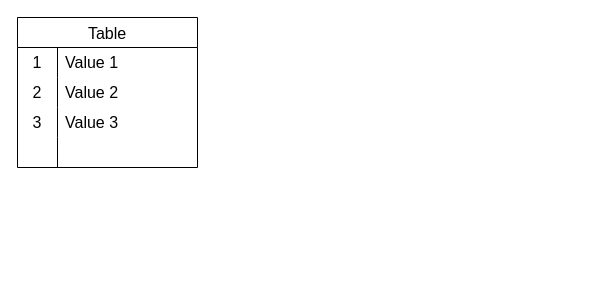
Arthurbart/MoniTorrei keeps this draw.io diagram as Monitorrei.drawio. Above is the earlier version. Source tidied: cells renumbered, new cells numbered last; positions are measured from the earlier drawing's top-left corner, leaving out a move shared by most shapes. Both pictures are drawn from the tidied source at 100%, with x=0, y=0 at pixel (17, 17).
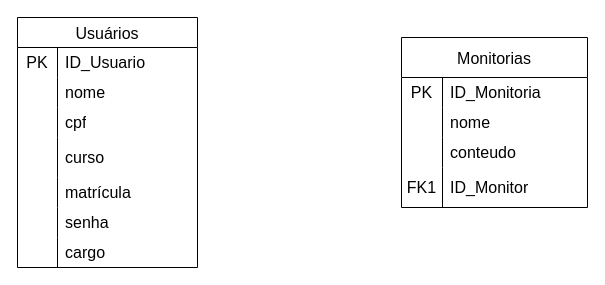
The same page after the edit.

Unchanged cells that the change refers to:
```xml
<mxCell id="3" style="shape=tableRow;horizontal=0;startSize=0;swimlaneHead=0;swimlaneBody=0;top=0;left=0;bottom=0;right=0;fillColor=none;strokeColor=inherit;fontSize=16;" parent="2" vertex="1">
  <mxGeometry y="30" width="180" height="30" as="geometry" />
</mxCell>
<mxCell id="6" style="shape=tableRow;horizontal=0;startSize=0;swimlaneHead=0;swimlaneBody=0;top=0;left=0;bottom=0;right=0;fillColor=none;strokeColor=inherit;fontSize=16;" parent="2" vertex="1">
  <mxGeometry y="60" width="180" height="30" as="geometry" />
</mxCell>
<mxCell id="9" style="shape=tableRow;horizontal=0;startSize=0;swimlaneHead=0;swimlaneBody=0;top=0;left=0;bottom=0;right=0;fillColor=none;strokeColor=inherit;fontSize=16;" parent="2" vertex="1">
  <mxGeometry y="90" width="180" height="30" as="geometry" />
</mxCell>
```

Change to the diagram source:
```diff
@@
-    <mxCell id="2" value="Table" style="shape=table;startSize=30;childLayout=tableLayout;rowLines=0;fontStyle=0;strokeColor=default;fontSize=16;" parent="1" vertex="1">
-      <mxGeometry width="180" height="150" as="geometry" />
+    <mxCell id="2" value="Usuários" style="shape=table;startSize=30;childLayout=tableLayout;rowLines=0;fontStyle=0;strokeColor=default;fontSize=16;" parent="1" vertex="1">
+      <mxGeometry width="180" height="250" as="geometry" />
     </mxCell>
@@
-    <mxCell id="4" value="1" style="shape=partialRectangle;html=1;whiteSpace=wrap;fillColor=none;top=0;left=0;bottom=0;right=0;overflow=hidden;strokeColor=inherit;fontSize=16;" parent="3" vertex="1">
+    <mxCell id="4" value="PK" style="shape=partialRectangle;html=1;whiteSpace=wrap;fillColor=none;top=0;left=0;bottom=0;right=0;overflow=hidden;strokeColor=inherit;fontSize=16;" parent="3" vertex="1">
       <mxGeometry width="40" height="30" as="geometry" />
     </mxCell>
-    <mxCell id="5" value="Value 1" style="shape=partialRectangle;html=1;whiteSpace=wrap;fillColor=none;top=0;left=0;bottom=0;right=0;align=left;spacingLeft=6;overflow=hidden;strokeColor=inherit;fontSize=16;" parent="3" vertex="1">
+    <mxCell id="5" value="ID_Usuario" style="shape=partialRectangle;html=1;whiteSpace=wrap;fillColor=none;top=0;left=0;bottom=0;right=0;align=left;spacingLeft=6;overflow=hidden;strokeColor=inherit;fontSize=16;" parent="3" vertex="1">
       <mxGeometry x="40" width="140" height="30" as="geometry" />
     </mxCell>
@@
-    <mxCell id="7" value="2" style="shape=partialRectangle;html=1;whiteSpace=wrap;fillColor=none;top=0;left=0;bottom=0;right=0;overflow=hidden;strokeColor=inherit;fontSize=16;" parent="6" vertex="1">
+    <mxCell id="7" style="shape=partialRectangle;html=1;whiteSpace=wrap;fillColor=none;top=0;left=0;bottom=0;right=0;overflow=hidden;strokeColor=inherit;fontSize=16;" parent="6" vertex="1">
       <mxGeometry width="40" height="30" as="geometry" />
     </mxCell>
-    <mxCell id="8" value="Value 2" style="shape=partialRectangle;html=1;whiteSpace=wrap;fillColor=none;top=0;left=0;bottom=0;right=0;align=left;spacingLeft=6;overflow=hidden;strokeColor=inherit;fontSize=16;" parent="6" vertex="1">
+    <mxCell id="8" value="nome" style="shape=partialRectangle;html=1;whiteSpace=wrap;fillColor=none;top=0;left=0;bottom=0;right=0;align=left;spacingLeft=6;overflow=hidden;strokeColor=inherit;fontSize=16;" parent="6" vertex="1">
       <mxGeometry x="40" width="140" height="30" as="geometry" />
     </mxCell>
@@
-    <mxCell id="10" value="3" style="shape=partialRectangle;html=1;whiteSpace=wrap;fillColor=none;top=0;left=0;bottom=0;right=0;overflow=hidden;strokeColor=inherit;fontSize=16;" parent="9" vertex="1">
+    <mxCell id="10" style="shape=partialRectangle;html=1;whiteSpace=wrap;fillColor=none;top=0;left=0;bottom=0;right=0;overflow=hidden;strokeColor=inherit;fontSize=16;" parent="9" vertex="1">
       <mxGeometry width="40" height="30" as="geometry" />
     </mxCell>
-    <mxCell id="11" value="Value 3" style="shape=partialRectangle;html=1;whiteSpace=wrap;fillColor=none;top=0;left=0;bottom=0;right=0;align=left;spacingLeft=6;overflow=hidden;strokeColor=inherit;fontSize=16;" parent="9" vertex="1">
+    <mxCell id="11" value="cpf" style="shape=partialRectangle;html=1;whiteSpace=wrap;fillColor=none;top=0;left=0;bottom=0;right=0;align=left;spacingLeft=6;overflow=hidden;strokeColor=inherit;fontSize=16;" parent="9" vertex="1">
       <mxGeometry x="40" width="140" height="30" as="geometry" />
     </mxCell>
     <mxCell id="12" style="shape=tableRow;horizontal=0;startSize=0;swimlaneHead=0;swimlaneBody=0;top=0;left=0;bottom=0;right=0;fillColor=none;strokeColor=inherit;fontSize=16;" parent="2" vertex="1">
-      <mxGeometry y="120" width="180" height="30" as="geometry" />
+      <mxGeometry y="120" width="180" height="40" as="geometry" />
     </mxCell>
     <mxCell id="13" style="shape=partialRectangle;html=1;whiteSpace=wrap;fillColor=none;top=0;left=0;bottom=0;right=0;overflow=hidden;strokeColor=inherit;fontSize=16;" parent="12" vertex="1">
-      <mxGeometry width="40" height="30" as="geometry" />
+      <mxGeometry width="40" height="40" as="geometry" />
     </mxCell>
-    <mxCell id="14" style="shape=partialRectangle;html=1;whiteSpace=wrap;fillColor=none;top=0;left=0;bottom=0;right=0;align=left;spacingLeft=6;overflow=hidden;strokeColor=inherit;fontSize=16;" parent="12" vertex="1">
-      <mxGeometry x="40" width="140" height="30" as="geometry" />
+    <mxCell id="14" value="curso" style="shape=partialRectangle;html=1;whiteSpace=wrap;fillColor=none;top=0;left=0;bottom=0;right=0;align=left;spacingLeft=6;overflow=hidden;strokeColor=inherit;fontSize=16;" parent="12" vertex="1">
+      <mxGeometry x="40" width="140" height="40" as="geometry" />
     </mxCell>
+    <mxCell id="15" style="shape=tableRow;horizontal=0;startSize=0;swimlaneHead=0;swimlaneBody=0;top=0;left=0;bottom=0;right=0;fillColor=none;strokeColor=inherit;fontSize=16;" parent="2" vertex="1">
+      <mxGeometry y="160" width="180" height="30" as="geometry" />
+    </mxCell>
+    <mxCell id="16" style="shape=partialRectangle;html=1;whiteSpace=wrap;fillColor=none;top=0;left=0;bottom=0;right=0;overflow=hidden;strokeColor=inherit;fontSize=16;" parent="15" vertex="1">
+      <mxGeometry width="40" height="30" as="geometry" />
+    </mxCell>
+    <mxCell id="17" value="matrícula" style="shape=partialRectangle;html=1;whiteSpace=wrap;fillColor=none;top=0;left=0;bottom=0;right=0;align=left;spacingLeft=6;overflow=hidden;strokeColor=inherit;fontSize=16;" parent="15" vertex="1">
+      <mxGeometry x="40" width="140" height="30" as="geometry" />
+    </mxCell>
+    <mxCell id="18" style="shape=tableRow;horizontal=0;startSize=0;swimlaneHead=0;swimlaneBody=0;top=0;left=0;bottom=0;right=0;fillColor=none;strokeColor=inherit;fontSize=16;" parent="2" vertex="1">
+      <mxGeometry y="190" width="180" height="30" as="geometry" />
+    </mxCell>
+    <mxCell id="19" style="shape=partialRectangle;html=1;whiteSpace=wrap;fillColor=none;top=0;left=0;bottom=0;right=0;overflow=hidden;strokeColor=inherit;fontSize=16;" parent="18" vertex="1">
+      <mxGeometry width="40" height="30" as="geometry" />
+    </mxCell>
+    <mxCell id="20" value="senha" style="shape=partialRectangle;html=1;whiteSpace=wrap;fillColor=none;top=0;left=0;bottom=0;right=0;align=left;spacingLeft=6;overflow=hidden;strokeColor=inherit;fontSize=16;" parent="18" vertex="1">
+      <mxGeometry x="40" width="140" height="30" as="geometry" />
+    </mxCell>
+    <mxCell id="21" style="shape=tableRow;horizontal=0;startSize=0;swimlaneHead=0;swimlaneBody=0;top=0;left=0;bottom=0;right=0;fillColor=none;strokeColor=inherit;fontSize=16;" parent="2" vertex="1">
+      <mxGeometry y="220" width="180" height="30" as="geometry" />
+    </mxCell>
+    <mxCell id="22" style="shape=partialRectangle;html=1;whiteSpace=wrap;fillColor=none;top=0;left=0;bottom=0;right=0;overflow=hidden;strokeColor=inherit;fontSize=16;" parent="21" vertex="1">
+      <mxGeometry width="40" height="30" as="geometry" />
+    </mxCell>
+    <mxCell id="23" value="cargo" style="shape=partialRectangle;html=1;whiteSpace=wrap;fillColor=none;top=0;left=0;bottom=0;right=0;align=left;spacingLeft=6;overflow=hidden;strokeColor=inherit;fontSize=16;" parent="21" vertex="1">
+      <mxGeometry x="40" width="140" height="30" as="geometry" />
+    </mxCell>
+    <mxCell id="24" value="Monitorias" style="shape=table;startSize=40;childLayout=tableLayout;rowLines=0;fontStyle=0;strokeColor=default;fontSize=16;" parent="1" vertex="1">
+      <mxGeometry x="384" y="20" width="186" height="170" as="geometry" />
+    </mxCell>
+    <mxCell id="25" style="shape=tableRow;horizontal=0;startSize=0;swimlaneHead=0;swimlaneBody=0;top=0;left=0;bottom=0;right=0;fillColor=none;strokeColor=inherit;fontSize=16;" parent="24" vertex="1">
+      <mxGeometry y="40" width="186" height="30" as="geometry" />
+    </mxCell>
+    <mxCell id="26" value="PK" style="shape=partialRectangle;html=1;whiteSpace=wrap;fillColor=none;top=0;left=0;bottom=0;right=0;overflow=hidden;strokeColor=inherit;fontSize=16;" parent="25" vertex="1">
+      <mxGeometry width="41" height="30" as="geometry" />
+    </mxCell>
+    <mxCell id="27" value="ID_Monitoria" style="shape=partialRectangle;html=1;whiteSpace=wrap;fillColor=none;top=0;left=0;bottom=0;right=0;align=left;spacingLeft=6;overflow=hidden;strokeColor=inherit;fontSize=16;" parent="25" vertex="1">
+      <mxGeometry x="41" width="145" height="30" as="geometry" />
+    </mxCell>
+    <mxCell id="28" style="shape=tableRow;horizontal=0;startSize=0;swimlaneHead=0;swimlaneBody=0;top=0;left=0;bottom=0;right=0;fillColor=none;strokeColor=inherit;fontSize=16;" parent="24" vertex="1">
+      <mxGeometry y="70" width="186" height="30" as="geometry" />
+    </mxCell>
+    <mxCell id="29" style="shape=partialRectangle;html=1;whiteSpace=wrap;fillColor=none;top=0;left=0;bottom=0;right=0;overflow=hidden;strokeColor=inherit;fontSize=16;" parent="28" vertex="1">
+      <mxGeometry width="41" height="30" as="geometry" />
+    </mxCell>
+    <mxCell id="30" value="nome" style="shape=partialRectangle;html=1;whiteSpace=wrap;fillColor=none;top=0;left=0;bottom=0;right=0;align=left;spacingLeft=6;overflow=hidden;strokeColor=inherit;fontSize=16;" parent="28" vertex="1">
+      <mxGeometry x="41" width="145" height="30" as="geometry" />
+    </mxCell>
+    <mxCell id="31" style="shape=tableRow;horizontal=0;startSize=0;swimlaneHead=0;swimlaneBody=0;top=0;left=0;bottom=0;right=0;fillColor=none;strokeColor=inherit;fontSize=16;" parent="24" vertex="1">
+      <mxGeometry y="100" width="186" height="30" as="geometry" />
+    </mxCell>
+    <mxCell id="32" style="shape=partialRectangle;html=1;whiteSpace=wrap;fillColor=none;top=0;left=0;bottom=0;right=0;overflow=hidden;strokeColor=inherit;fontSize=16;" parent="31" vertex="1">
+      <mxGeometry width="41" height="30" as="geometry" />
+    </mxCell>
+    <mxCell id="33" value="conteudo" style="shape=partialRectangle;html=1;whiteSpace=wrap;fillColor=none;top=0;left=0;bottom=0;right=0;align=left;spacingLeft=6;overflow=hidden;strokeColor=inherit;fontSize=16;" parent="31" vertex="1">
+      <mxGeometry x="41" width="145" height="30" as="geometry" />
+    </mxCell>
+    <mxCell id="34" style="shape=tableRow;horizontal=0;startSize=0;swimlaneHead=0;swimlaneBody=0;top=0;left=0;bottom=0;right=0;fillColor=none;strokeColor=inherit;fontSize=16;" parent="24" vertex="1">
+      <mxGeometry y="130" width="186" height="40" as="geometry" />
+    </mxCell>
+    <mxCell id="35" value="FK1" style="shape=partialRectangle;html=1;whiteSpace=wrap;fillColor=none;top=0;left=0;bottom=0;right=0;overflow=hidden;strokeColor=inherit;fontSize=16;" parent="34" vertex="1">
+      <mxGeometry width="41" height="40" as="geometry" />
+    </mxCell>
+    <mxCell id="36" value="ID_Monitor" style="shape=partialRectangle;html=1;whiteSpace=wrap;fillColor=none;top=0;left=0;bottom=0;right=0;align=left;spacingLeft=6;overflow=hidden;strokeColor=inherit;fontSize=16;" parent="34" vertex="1">
+      <mxGeometry x="41" width="145" height="40" as="geometry" />
+    </mxCell>
```
